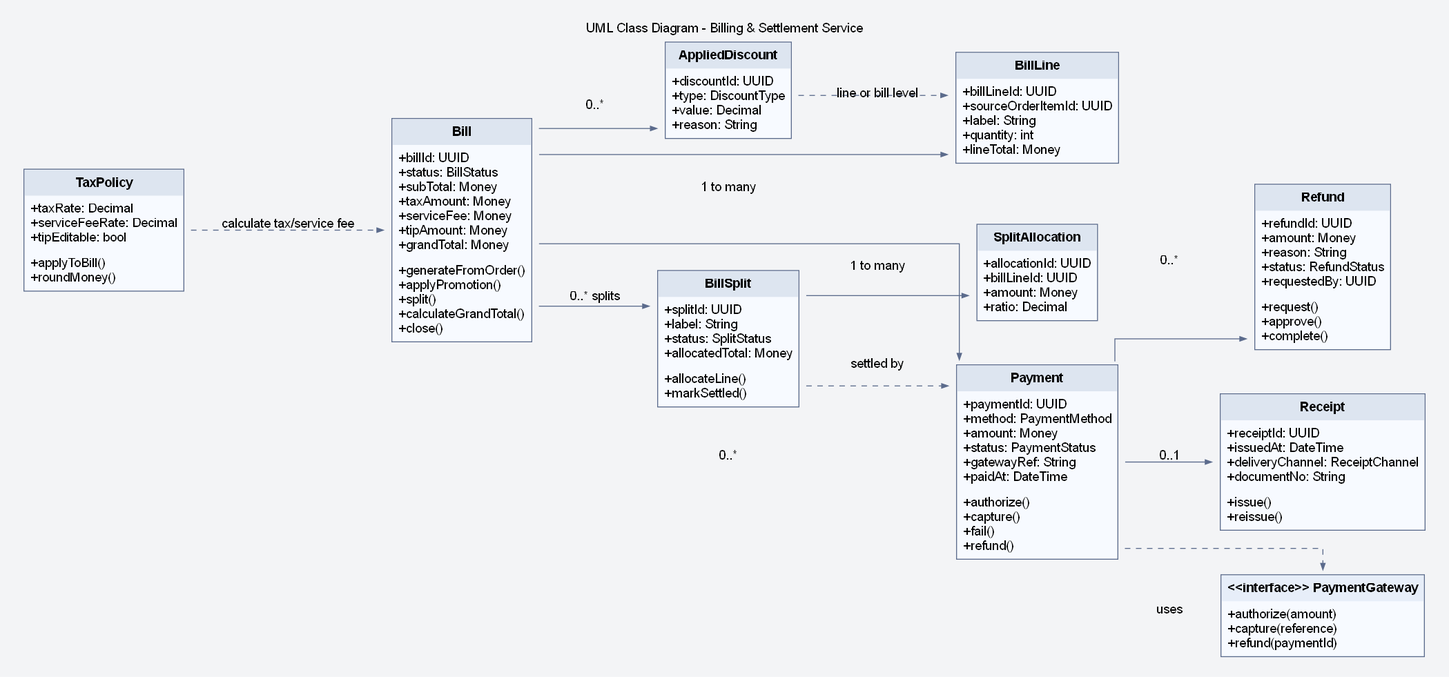
Before: assets/diagrams/rendered/design/29_uml_class_diagram_billing_and_settlement_module.png, a diagram exported from Graphviz (lehoangluan1/SA_IRMS). Its source is kept beside it as assets/diagrams/source/design/29_uml_class_diagram_billing_and_settlement_module.dot.
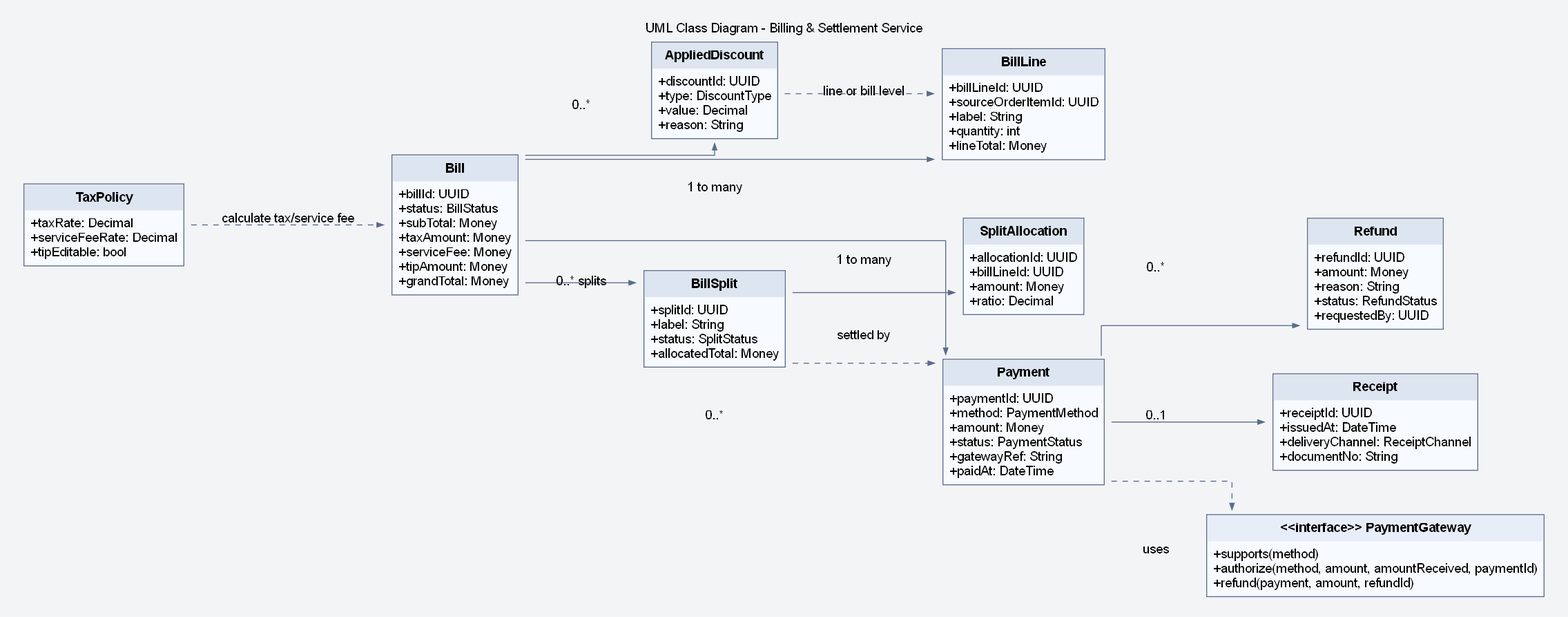
After the commit.

What changed in the source:
```diff
@@ -11,7 +11,6 @@
 <TABLE BORDER="1" CELLBORDER="0" CELLSPACING="0" CELLPADDING="6" COLOR="#5B6B8C" BGCOLOR="#F7FAFF">
 <TR><TD BGCOLOR="#DDE5F0"><B>Bill</B></TD></TR>
 <TR><TD ALIGN="LEFT" BALIGN="LEFT">+billId: UUID<BR ALIGN='LEFT'/>+status: BillStatus<BR ALIGN='LEFT'/>+subTotal: Money<BR ALIGN='LEFT'/>+taxAmount: Money<BR ALIGN='LEFT'/>+serviceFee: Money<BR ALIGN='LEFT'/>+tipAmount: Money<BR ALIGN='LEFT'/>+grandTotal: Money</TD></TR>
-<TR><TD ALIGN="LEFT" BALIGN="LEFT">+generateFromOrder()<BR ALIGN='LEFT'/>+applyPromotion()<BR ALIGN='LEFT'/>+split()<BR ALIGN='LEFT'/>+calculateGrandTotal()<BR ALIGN='LEFT'/>+close()</TD></TR>
 </TABLE>
 >];
 BillLine [label=<
@@ -25,7 +24,6 @@
 <TABLE BORDER="1" CELLBORDER="0" CELLSPACING="0" CELLPADDING="6" COLOR="#5B6B8C" BGCOLOR="#F7FAFF">
 <TR><TD BGCOLOR="#DDE5F0"><B>BillSplit</B></TD></TR>
 <TR><TD ALIGN="LEFT" BALIGN="LEFT">+splitId: UUID<BR ALIGN='LEFT'/>+label: String<BR ALIGN='LEFT'/>+status: SplitStatus<BR ALIGN='LEFT'/>+allocatedTotal: Money</TD></TR>
-<TR><TD ALIGN="LEFT" BALIGN="LEFT">+allocateLine()<BR ALIGN='LEFT'/>+markSettled()</TD></TR>
 </TABLE>
 >];
 SplitAllocation [label=<
@@ -39,21 +37,18 @@
 <TABLE BORDER="1" CELLBORDER="0" CELLSPACING="0" CELLPADDING="6" COLOR="#5B6B8C" BGCOLOR="#F7FAFF">
 <TR><TD BGCOLOR="#DDE5F0"><B>Payment</B></TD></TR>
 <TR><TD ALIGN="LEFT" BALIGN="LEFT">+paymentId: UUID<BR ALIGN='LEFT'/>+method: PaymentMethod<BR ALIGN='LEFT'/>+amount: Money<BR ALIGN='LEFT'/>+status: PaymentStatus<BR ALIGN='LEFT'/>+gatewayRef: String<BR ALIGN='LEFT'/>+paidAt: DateTime</TD></TR>
-<TR><TD ALIGN="LEFT" BALIGN="LEFT">+authorize()<BR ALIGN='LEFT'/>+capture()<BR ALIGN='LEFT'/>+fail()<BR ALIGN='LEFT'/>+refund()</TD></TR>
 </TABLE>
 >];
 Refund [label=<
 <TABLE BORDER="1" CELLBORDER="0" CELLSPACING="0" CELLPADDING="6" COLOR="#5B6B8C" BGCOLOR="#F7FAFF">
 <TR><TD BGCOLOR="#DDE5F0"><B>Refund</B></TD></TR>
 <TR><TD ALIGN="LEFT" BALIGN="LEFT">+refundId: UUID<BR ALIGN='LEFT'/>+amount: Money<BR ALIGN='LEFT'/>+reason: String<BR ALIGN='LEFT'/>+status: RefundStatus<BR ALIGN='LEFT'/>+requestedBy: UUID</TD></TR>
-<TR><TD ALIGN="LEFT" BALIGN="LEFT">+request()<BR ALIGN='LEFT'/>+approve()<BR ALIGN='LEFT'/>+complete()</TD></TR>
 </TABLE>
 >];
 Receipt [label=<
 <TABLE BORDER="1" CELLBORDER="0" CELLSPACING="0" CELLPADDING="6" COLOR="#5B6B8C" BGCOLOR="#F7FAFF">
 <TR><TD BGCOLOR="#DDE5F0"><B>Receipt</B></TD></TR>
 <TR><TD ALIGN="LEFT" BALIGN="LEFT">+receiptId: UUID<BR ALIGN='LEFT'/>+issuedAt: DateTime<BR ALIGN='LEFT'/>+deliveryChannel: ReceiptChannel<BR ALIGN='LEFT'/>+documentNo: String</TD></TR>
-<TR><TD ALIGN="LEFT" BALIGN="LEFT">+issue()<BR ALIGN='LEFT'/>+reissue()</TD></TR>
 </TABLE>
 >];
 AppliedDiscount [label=<
@@ -67,13 +62,12 @@
 <TABLE BORDER="1" CELLBORDER="0" CELLSPACING="0" CELLPADDING="6" COLOR="#5B6B8C" BGCOLOR="#F7FAFF">
 <TR><TD BGCOLOR="#DDE5F0"><B>TaxPolicy</B></TD></TR>
 <TR><TD ALIGN="LEFT" BALIGN="LEFT">+taxRate: Decimal<BR ALIGN='LEFT'/>+serviceFeeRate: Decimal<BR ALIGN='LEFT'/>+tipEditable: bool</TD></TR>
-<TR><TD ALIGN="LEFT" BALIGN="LEFT">+applyToBill()<BR ALIGN='LEFT'/>+roundMoney()</TD></TR>
 </TABLE>
 >];
 PaymentGateway [label=<
 <TABLE BORDER="1" CELLBORDER="0" CELLSPACING="0" CELLPADDING="6" COLOR="#5B6B8C" BGCOLOR="#F7FAFF">
 <TR><TD BGCOLOR="#E7EEF9"><B>&lt;&lt;interface&gt;&gt; PaymentGateway</B></TD></TR>
-<TR><TD ALIGN="LEFT" BALIGN="LEFT">+authorize(amount)<BR ALIGN='LEFT'/>+capture(reference)<BR ALIGN='LEFT'/>+refund(paymentId)</TD></TR>
+<TR><TD ALIGN="LEFT" BALIGN="LEFT">+supports(method)<BR ALIGN='LEFT'/>+authorize(method, amount, amountReceived, paymentId)<BR ALIGN='LEFT'/>+refund(payment, amount, refundId)</TD></TR>
 
 </TABLE>
 >];
```
